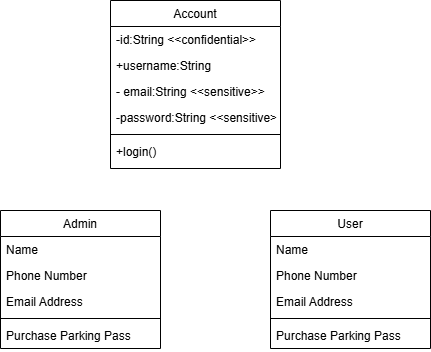
This is init pkpl.drawio.png from anthef/anthef, a draw.io export, as it was before one commit. Source tidied: cells renumbered, new cells last; positions are measured from the earlier drawing's top-left corner, leaving out a move shared by most shapes.
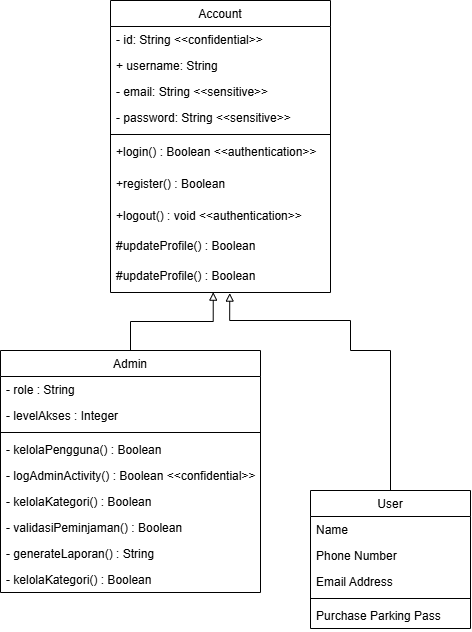
After the commit.

Commit message:
add admin and account model

Change to the diagram source:
```diff
@@ -3,46 +3,70 @@
     <mxCell id="0" />
     <mxCell id="1" parent="0" />
     <mxCell id="2" value="Account" style="swimlane;fontStyle=0;align=center;verticalAlign=top;horizontal=1;startSize=26;rounded=0;shadow=0;strokeWidth=1;" parent="1" vertex="1">
-      <mxGeometry x="110" width="170" height="168" as="geometry" />
+      <mxGeometry x="110" width="220" height="292" as="geometry" />
     </mxCell>
-    <mxCell id="3" value="-id:String &lt;&lt;confidential&gt;&gt;" style="text;align=left;verticalAlign=top;spacingLeft=4;spacingRight=4;overflow=hidden;rounded=0;shadow=0;html=0;" parent="2" vertex="1">
-      <mxGeometry y="26" width="170" height="26" as="geometry" />
+    <mxCell id="3" value="- id: String &lt;&lt;confidential&gt;&gt;" style="text;align=left;verticalAlign=top;spacingLeft=4;spacingRight=4;overflow=hidden;rounded=0;shadow=0;html=0;" parent="2" vertex="1">
+      <mxGeometry y="26" width="220" height="26" as="geometry" />
     </mxCell>
-    <mxCell id="4" value="+username:String" style="text;align=left;verticalAlign=top;spacingLeft=4;spacingRight=4;overflow=hidden;" parent="2" vertex="1">
-      <mxGeometry y="52" width="170" height="26" as="geometry" />
+    <mxCell id="4" value="+ username: String" style="text;align=left;verticalAlign=top;spacingLeft=4;spacingRight=4;overflow=hidden;" parent="2" vertex="1">
+      <mxGeometry y="52" width="220" height="26" as="geometry" />
     </mxCell>
-    <mxCell id="5" value="- email:String &lt;&lt;sensitive&gt;&gt;" style="text;align=left;verticalAlign=top;spacingLeft=4;spacingRight=4;overflow=hidden;rounded=0;shadow=0;html=0;" parent="2" vertex="1">
-      <mxGeometry y="78" width="170" height="26" as="geometry" />
+    <mxCell id="5" value="- email: String &lt;&lt;sensitive&gt;&gt;" style="text;align=left;verticalAlign=top;spacingLeft=4;spacingRight=4;overflow=hidden;rounded=0;shadow=0;html=0;" parent="2" vertex="1">
+      <mxGeometry y="78" width="220" height="26" as="geometry" />
     </mxCell>
-    <mxCell id="6" value="-password:String &lt;&lt;sensitive&gt;&gt;" style="text;align=left;verticalAlign=top;spacingLeft=4;spacingRight=4;overflow=hidden;rounded=0;shadow=0;html=0;" parent="2" vertex="1">
-      <mxGeometry y="104" width="170" height="26" as="geometry" />
+    <mxCell id="6" value="- password: String &lt;&lt;sensitive&gt;&gt;" style="text;align=left;verticalAlign=top;spacingLeft=4;spacingRight=4;overflow=hidden;rounded=0;shadow=0;html=0;" parent="2" vertex="1">
+      <mxGeometry y="104" width="220" height="26" as="geometry" />
     </mxCell>
     <mxCell id="7" style="line;html=1;strokeWidth=1;align=left;verticalAlign=middle;spacingTop=-1;spacingLeft=3;spacingRight=3;labelPosition=right;" parent="2" vertex="1">
-      <mxGeometry y="130" width="170" height="8" as="geometry" />
+      <mxGeometry y="130" width="220" height="8" as="geometry" />
     </mxCell>
-    <mxCell id="8" value="+login() " style="text;align=left;verticalAlign=top;spacingLeft=4;spacingRight=4;overflow=hidden;" parent="2" vertex="1">
-      <mxGeometry y="138" width="170" height="30" as="geometry" />
+    <mxCell id="8" value="+login() : Boolean &lt;&lt;authentication&gt;&gt; " style="text;align=left;verticalAlign=top;spacingLeft=4;spacingRight=4;overflow=hidden;" parent="2" vertex="1">
+      <mxGeometry y="138" width="220" height="32" as="geometry" />
     </mxCell>
+    <mxCell id="21" value="+register() : Boolean " style="text;align=left;verticalAlign=top;spacingLeft=4;spacingRight=4;overflow=hidden;" parent="2" vertex="1">
+      <mxGeometry y="170" width="220" height="32" as="geometry" />
+    </mxCell>
+    <mxCell id="22" value="+logout() : void &lt;&lt;authentication&gt;&gt; " style="text;align=left;verticalAlign=top;spacingLeft=4;spacingRight=4;overflow=hidden;" parent="2" vertex="1">
+      <mxGeometry y="202" width="220" height="30" as="geometry" />
+    </mxCell>
+    <mxCell id="23" value="#updateProfile() : Boolean" style="text;align=left;verticalAlign=top;spacingLeft=4;spacingRight=4;overflow=hidden;" parent="2" vertex="1">
+      <mxGeometry y="232" width="220" height="30" as="geometry" />
+    </mxCell>
+    <mxCell id="24" value="#updateProfile() : Boolean  " style="text;align=left;verticalAlign=top;spacingLeft=4;spacingRight=4;overflow=hidden;points=[[0,0.5],[1,0.5]];portConstraint=eastwest;" parent="2" vertex="1">
+      <mxGeometry y="262" width="220" height="30" as="geometry" />
+    </mxCell>
     <mxCell id="9" value="Admin" style="swimlane;fontStyle=0;align=center;verticalAlign=top;horizontal=1;startSize=26;rounded=0;shadow=0;strokeWidth=1;" parent="1" vertex="1">
-      <mxGeometry y="210" width="160" height="138" as="geometry" />
+      <mxGeometry y="350" width="260" height="242" as="geometry" />
     </mxCell>
-    <mxCell id="10" value="Name" style="text;align=left;verticalAlign=top;spacingLeft=4;spacingRight=4;overflow=hidden;" parent="9" vertex="1">
-      <mxGeometry y="26" width="160" height="26" as="geometry" />
+    <mxCell id="10" value="- role : String" style="text;align=left;verticalAlign=top;spacingLeft=4;spacingRight=4;overflow=hidden;" parent="9" vertex="1">
+      <mxGeometry y="26" width="260" height="26" as="geometry" />
     </mxCell>
-    <mxCell id="11" value="Phone Number" style="text;align=left;verticalAlign=top;spacingLeft=4;spacingRight=4;overflow=hidden;rounded=0;shadow=0;html=0;" parent="9" vertex="1">
-      <mxGeometry y="52" width="160" height="26" as="geometry" />
+    <mxCell id="11" value="- levelAkses : Integer" style="text;align=left;verticalAlign=top;spacingLeft=4;spacingRight=4;overflow=hidden;rounded=0;shadow=0;html=0;" parent="9" vertex="1">
+      <mxGeometry y="52" width="260" height="26" as="geometry" />
     </mxCell>
-    <mxCell id="12" value="Email Address" style="text;align=left;verticalAlign=top;spacingLeft=4;spacingRight=4;overflow=hidden;rounded=0;shadow=0;html=0;" parent="9" vertex="1">
-      <mxGeometry y="78" width="160" height="26" as="geometry" />
-    </mxCell>
     <mxCell id="13" style="line;html=1;strokeWidth=1;align=left;verticalAlign=middle;spacingTop=-1;spacingLeft=3;spacingRight=3;labelPosition=right;" parent="9" vertex="1">
-      <mxGeometry y="104" width="160" height="8" as="geometry" />
+      <mxGeometry y="78" width="260" height="8" as="geometry" />
     </mxCell>
-    <mxCell id="14" value="Purchase Parking Pass" style="text;align=left;verticalAlign=top;spacingLeft=4;spacingRight=4;overflow=hidden;" parent="9" vertex="1">
-      <mxGeometry y="112" width="160" height="26" as="geometry" />
+    <mxCell id="14" value="- kelolaPengguna() : Boolean" style="text;align=left;verticalAlign=top;spacingLeft=4;spacingRight=4;overflow=hidden;" parent="9" vertex="1">
+      <mxGeometry y="86" width="260" height="26" as="geometry" />
     </mxCell>
+    <mxCell id="25" value="- logAdminActivity() : Boolean &lt;&lt;confidential&gt;&gt;" style="text;align=left;verticalAlign=top;spacingLeft=4;spacingRight=4;overflow=hidden;" parent="9" vertex="1">
+      <mxGeometry y="112" width="260" height="26" as="geometry" />
+    </mxCell>
+    <mxCell id="26" value="- kelolaKategori() : Boolean" style="text;align=left;verticalAlign=top;spacingLeft=4;spacingRight=4;overflow=hidden;" parent="9" vertex="1">
+      <mxGeometry y="138" width="260" height="26" as="geometry" />
+    </mxCell>
+    <mxCell id="27" value="- validasiPeminjaman() : Boolean" style="text;align=left;verticalAlign=top;spacingLeft=4;spacingRight=4;overflow=hidden;" parent="9" vertex="1">
+      <mxGeometry y="164" width="260" height="26" as="geometry" />
+    </mxCell>
+    <mxCell id="28" value="- generateLaporan() : String" style="text;align=left;verticalAlign=top;spacingLeft=4;spacingRight=4;overflow=hidden;" parent="9" vertex="1">
+      <mxGeometry y="190" width="260" height="26" as="geometry" />
+    </mxCell>
+    <mxCell id="29" value="- kelolaKategori() : Boolean" style="text;align=left;verticalAlign=top;spacingLeft=4;spacingRight=4;overflow=hidden;" parent="9" vertex="1">
+      <mxGeometry y="216" width="260" height="26" as="geometry" />
+    </mxCell>
     <mxCell id="15" value="User" style="swimlane;fontStyle=0;align=center;verticalAlign=top;horizontal=1;startSize=26;rounded=0;shadow=0;strokeWidth=1;" parent="1" vertex="1">
-      <mxGeometry x="270" y="210" width="160" height="138" as="geometry" />
+      <mxGeometry x="310" y="490" width="160" height="138" as="geometry" />
     </mxCell>
     <mxCell id="16" value="Name" style="text;align=left;verticalAlign=top;spacingLeft=4;spacingRight=4;overflow=hidden;" parent="15" vertex="1">
       <mxGeometry y="26" width="160" height="26" as="geometry" />
@@ -59,5 +83,17 @@
     <mxCell id="20" value="Purchase Parking Pass" style="text;align=left;verticalAlign=top;spacingLeft=4;spacingRight=4;overflow=hidden;" parent="15" vertex="1">
       <mxGeometry y="112" width="160" height="26" as="geometry" />
     </mxCell>
+    <mxCell id="30" style="edgeStyle=orthogonalEdgeStyle;rounded=0;jettySize=auto;html=1;exitX=0.5;exitY=0;exitDx=0;exitDy=0;entryX=0.467;entryY=0.989;entryDx=0;entryDy=0;entryPerimeter=0;endArrow=block;endFill=0;" parent="1" edge="1" source="9" target="24">
+      <mxGeometry relative="1" as="geometry" />
+    </mxCell>
+    <mxCell id="31" style="edgeStyle=orthogonalEdgeStyle;rounded=0;jettySize=auto;html=1;exitX=0.5;exitY=0;exitDx=0;exitDy=0;entryX=0.542;entryY=1.02;entryDx=0;entryDy=0;entryPerimeter=0;endArrow=block;endFill=0;" parent="1" edge="1" source="15" target="24">
+      <mxGeometry relative="1" as="geometry">
+        <Array as="points">
+          <mxPoint x="350" y="350" />
+          <mxPoint x="350" y="320" />
+          <mxPoint x="229" y="320" />
+        </Array>
+      </mxGeometry>
+    </mxCell>
   </root>
 </mxGraphModel>
```
